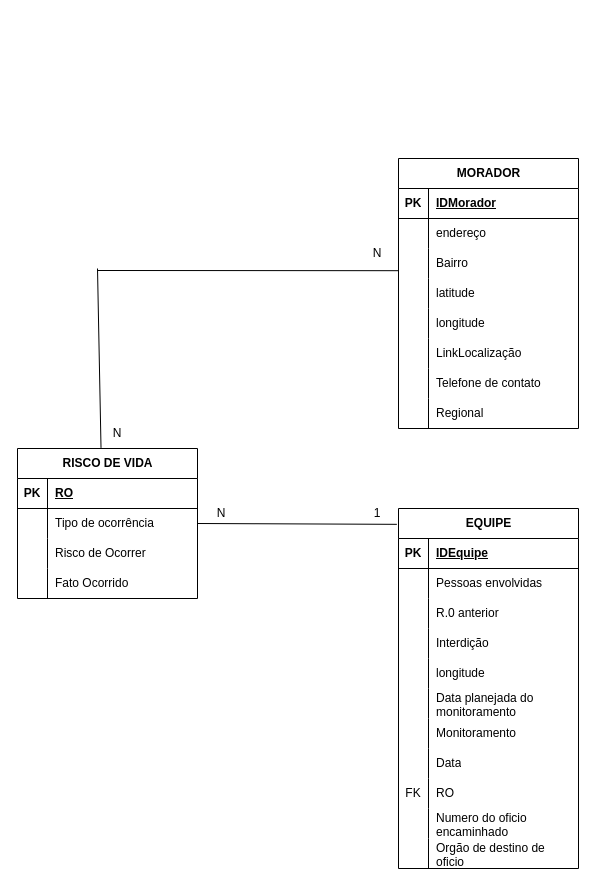
This is ModeloRelacional/ModeloRelacional.drawio from imreadyrod/ProjetoBancosDeDados, a draw.io file, before an edit. Source tidied: cells renumbered, new cells numbered last; positions are measured from the earlier drawing's top-left corner, leaving out a move shared by most shapes. Both pictures are drawn from the tidied source at 100%, with x=0, y=0 at pixel (17, 158).
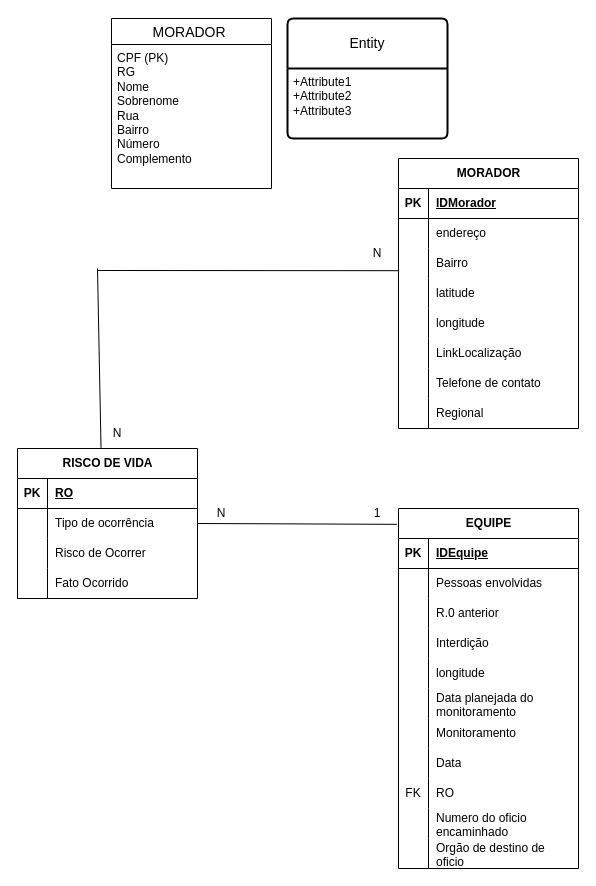
Above is the later version.

Commit message:
Inicio Modelo Relacional

The edit, as a diff of the source:
```diff
@@
+    <mxCell id="81" value="MORADOR " style="swimlane;fontStyle=0;horizontal=1;startSize=26;align=center;fontSize=14;" parent="1" vertex="1">
+      <mxGeometry x="94" y="-140" width="160" height="170" as="geometry" />
+    </mxCell>
+    <mxCell id="82" value="CPF (PK)&lt;br&gt;RG&lt;br&gt;Nome&lt;br&gt;Sobrenome&lt;br&gt;Rua&lt;br&gt;Bairro&lt;br&gt;Número&lt;br&gt;Complemento&lt;br&gt;" style="text;strokeColor=none;fillColor=none;spacingLeft=4;spacingRight=4;overflow=hidden;fontSize=12;whiteSpace=wrap;html=1;" parent="81" vertex="1">
+      <mxGeometry y="26" width="160" height="144" as="geometry" />
+    </mxCell>
+    <mxCell id="83" value="Entity" style="swimlane;horizontal=1;startSize=50;rounded=1;fontSize=14;fontStyle=0;strokeWidth=2;shadow=0;dashed=0;align=center;arcSize=4;whiteSpace=wrap;html=1;" parent="1" vertex="1">
+      <mxGeometry x="270" y="-140" width="160" height="120" as="geometry" />
+    </mxCell>
+    <mxCell id="84" value="+Attribute1&#10;+Attribute2&#10;+Attribute3" style="align=left;strokeColor=none;fillColor=none;spacingLeft=4;fontSize=12;verticalAlign=top;html=1;" parent="83" vertex="1">
+      <mxGeometry y="50" width="160" height="70" as="geometry" />
+    </mxCell>
```
